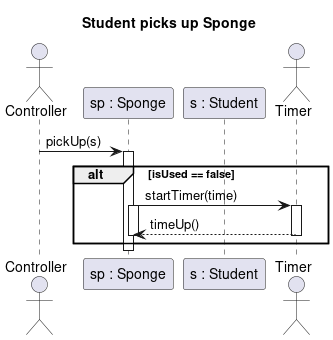
Above: out/Reko/sponge/Student picks up Sponge.png in MBakter/echo (PlantUML), before the change. The source it was exported from:
```plantuml
@startuml Student picks up Sponge
title Student picks up Sponge

actor Controller as C order 0
participant "s : Student" as s order 20
participant "sp : Sponge" as sp order 10
actor Timer as t order 1000

C -> sp : pickUp(s)
Activate sp
alt isUsed == false
sp -> t : startTimer(time)
Activate t
Activate sp
t --> sp : timeUp()
Deactivate sp
Deactivate t
end
Deactivate sp


@enduml
```
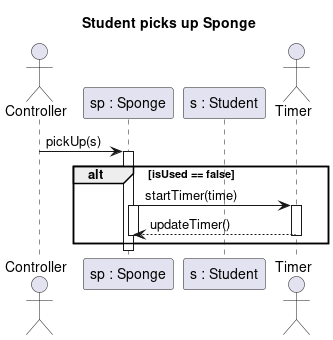
After the change.

The edit, as a diff of the source:
```diff
@@ -12,7 +12,7 @@
 sp -> t : startTimer(time)
 Activate t
 Activate sp
-t --> sp : timeUp()
+t --> sp : updateTimer()
 Deactivate sp
 Deactivate t
 end
```
